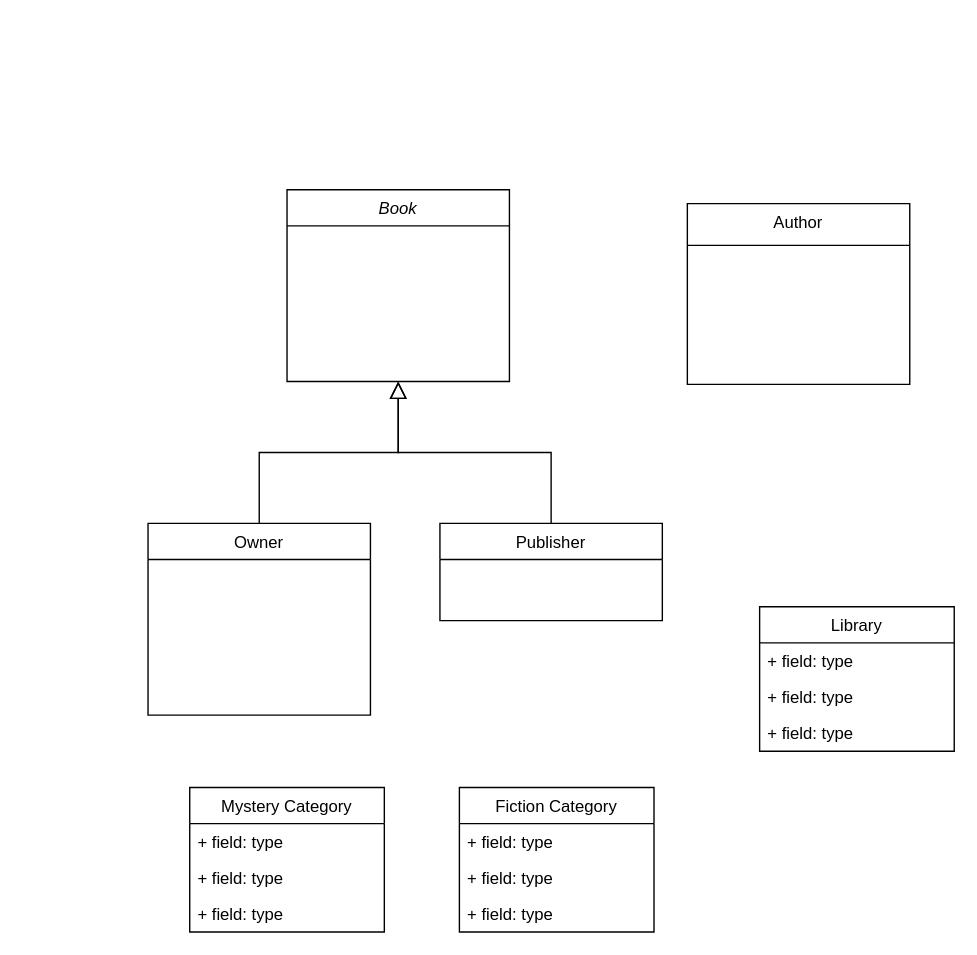
The draw.io diagram Quetion3Diagram.drawio in azrinfaiz/Week2ClassDiagram, before the edit. Source tidied: cells renumbered, new cells numbered last; positions are measured from the earlier drawing's top-left corner, leaving out a move shared by most shapes. Both pictures are drawn from the tidied source at 139%, with x=0, y=0 at pixel (147, 189).
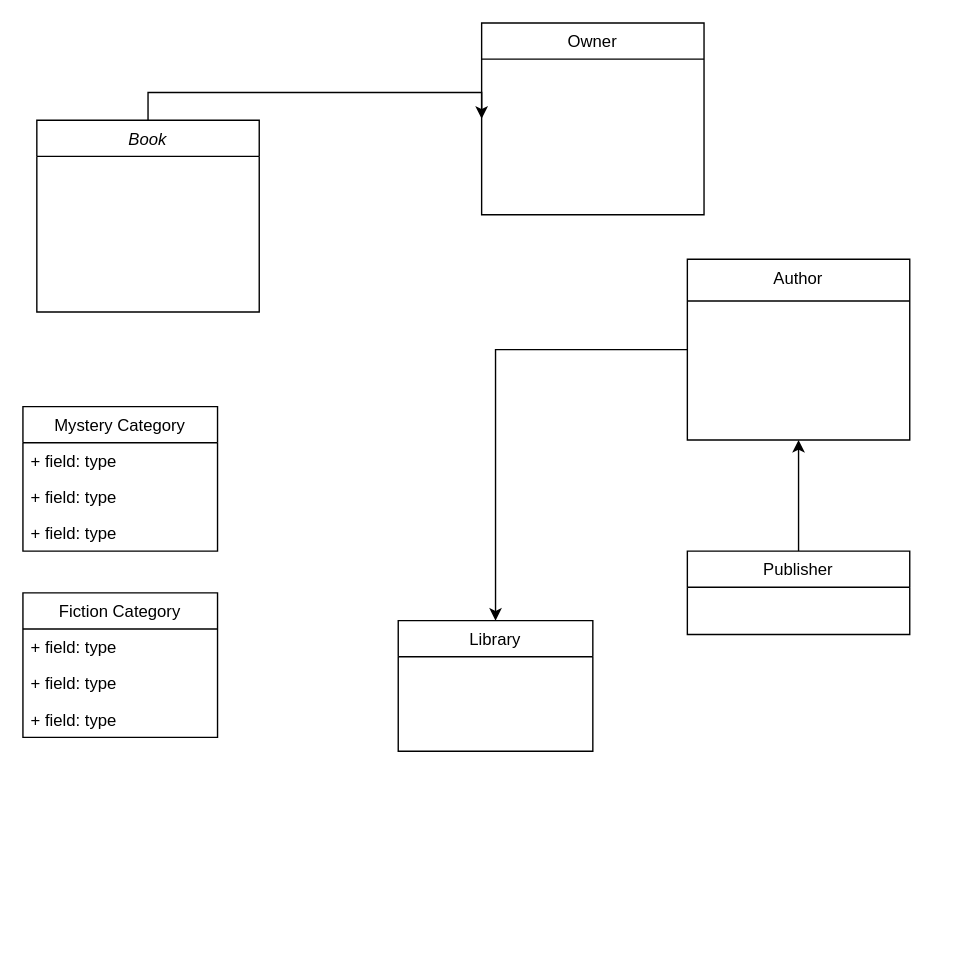
After the change.

The edit, as a diff of the source:
```diff
@@
+    <mxCell id="3" value="Owner" style="swimlane;fontStyle=0;align=center;verticalAlign=top;horizontal=1;startSize=26;rounded=0;shadow=0;strokeWidth=1;" parent="1" vertex="1">
+      <mxGeometry x="240" y="-120" width="160" height="138" as="geometry" />
+    </mxCell>
     <mxCell id="2" value="Book" style="swimlane;fontStyle=2;align=center;verticalAlign=top;horizontal=1;startSize=26;rounded=0;shadow=0;strokeWidth=1;" parent="1" vertex="1">
-      <mxGeometry x="100" width="160" height="138" as="geometry" />
+      <mxGeometry x="-80" y="-50" width="160" height="138" as="geometry" />
     </mxCell>
-    <mxCell id="3" value="Owner" style="swimlane;fontStyle=0;align=center;verticalAlign=top;horizontal=1;startSize=26;rounded=0;shadow=0;strokeWidth=1;" parent="1" vertex="1">
-      <mxGeometry y="240" width="160" height="138" as="geometry" />
-    </mxCell>
-    <mxCell id="4" style="endArrow=block;endSize=10;endFill=0;shadow=0;strokeWidth=1;rounded=0;edgeStyle=elbowEdgeStyle;elbow=vertical;" parent="1" edge="1" source="3" target="2">
-      <mxGeometry relative="1" as="geometry" />
-    </mxCell>
+    <mxCell id="20" style="edgeStyle=orthogonalEdgeStyle;rounded=0;jettySize=auto;html=1;exitX=0.5;exitY=0;exitDx=0;exitDy=0;entryX=0;entryY=0.5;entryDx=0;entryDy=0;" parent="1" edge="1" source="2" target="3">
+      <mxGeometry relative="1" as="geometry">
+        <Array as="points">
+          <mxPoint y="-70" />
+          <mxPoint x="240" y="-70" />
+        </Array>
+      </mxGeometry>
+    </mxCell>
+    <mxCell id="21" style="edgeStyle=orthogonalEdgeStyle;rounded=0;jettySize=auto;html=1;exitX=0;exitY=0.5;exitDx=0;exitDy=0;entryX=0.5;entryY=0;entryDx=0;entryDy=0;" parent="1" edge="1" source="7" target="8">
+      <mxGeometry relative="1" as="geometry">
+        <Array as="points">
+          <mxPoint x="250" y="115" />
+        </Array>
+      </mxGeometry>
+    </mxCell>
+    <mxCell id="7" value="Author" style="swimlane;fontStyle=0;align=center;verticalAlign=top;horizontal=1;startSize=30;rounded=0;shadow=0;strokeWidth=1;" parent="1" vertex="1">
+      <mxGeometry x="388" y="50" width="160" height="130" as="geometry" />
+    </mxCell>
+    <mxCell id="22" style="edgeStyle=orthogonalEdgeStyle;rounded=0;jettySize=auto;html=1;entryX=0.5;entryY=1;entryDx=0;entryDy=0;" parent="1" edge="1" source="5" target="7">
+      <mxGeometry relative="1" as="geometry" />
+    </mxCell>
     <mxCell id="5" value="Publisher" style="swimlane;fontStyle=0;align=center;verticalAlign=top;horizontal=1;startSize=26;rounded=0;shadow=0;strokeWidth=1;" parent="1" vertex="1">
-      <mxGeometry x="210" y="240" width="160" height="70" as="geometry" />
+      <mxGeometry x="388" y="260" width="160" height="60" as="geometry" />
     </mxCell>
-    <mxCell id="6" style="endArrow=block;endSize=10;endFill=0;shadow=0;strokeWidth=1;rounded=0;edgeStyle=elbowEdgeStyle;elbow=vertical;" parent="1" edge="1" source="5" target="2">
-      <mxGeometry relative="1" as="geometry" />
-    </mxCell>
-    <mxCell id="7" value="Author" style="swimlane;fontStyle=0;align=center;verticalAlign=top;horizontal=1;startSize=30;rounded=0;shadow=0;strokeWidth=1;" parent="1" vertex="1">
-      <mxGeometry x="388" y="10" width="160" height="130" as="geometry" />
-    </mxCell>
     <mxCell id="8" value="Library" style="swimlane;fontStyle=0;horizontal=1;startSize=26;fillColor=none;" parent="1" vertex="1">
-      <mxGeometry x="440" y="300" width="140" height="104" as="geometry" />
+      <mxGeometry x="180" y="310" width="140" height="94" as="geometry" />
     </mxCell>
-    <mxCell id="9" value="+ field: type" style="text;strokeColor=none;fillColor=none;align=left;verticalAlign=top;spacingLeft=4;spacingRight=4;overflow=hidden;" parent="8" vertex="1">
-      <mxGeometry y="26" width="140" height="26" as="geometry" />
-    </mxCell>
-    <mxCell id="10" value="+ field: type" style="text;strokeColor=none;fillColor=none;align=left;verticalAlign=top;spacingLeft=4;spacingRight=4;overflow=hidden;" parent="8" vertex="1">
-      <mxGeometry y="52" width="140" height="26" as="geometry" />
-    </mxCell>
-    <mxCell id="11" value="+ field: type" style="text;strokeColor=none;fillColor=none;align=left;verticalAlign=top;spacingLeft=4;spacingRight=4;overflow=hidden;" parent="8" vertex="1">
-      <mxGeometry y="78" width="140" height="26" as="geometry" />
-    </mxCell>
     <mxCell id="12" value="Mystery Category" style="swimlane;fontStyle=0;horizontal=1;startSize=26;fillColor=none;" parent="1" vertex="1">
-      <mxGeometry x="30" y="430" width="140" height="104" as="geometry" />
+      <mxGeometry x="-90" y="156" width="140" height="104" as="geometry" />
     </mxCell>
@@
     <mxCell id="16" value="Fiction Category" style="swimlane;fontStyle=0;horizontal=1;startSize=26;fillColor=none;" parent="1" vertex="1">
-      <mxGeometry x="224" y="430" width="140" height="104" as="geometry" />
+      <mxGeometry x="-90" y="290" width="140" height="104" as="geometry" />
     </mxCell>
```
